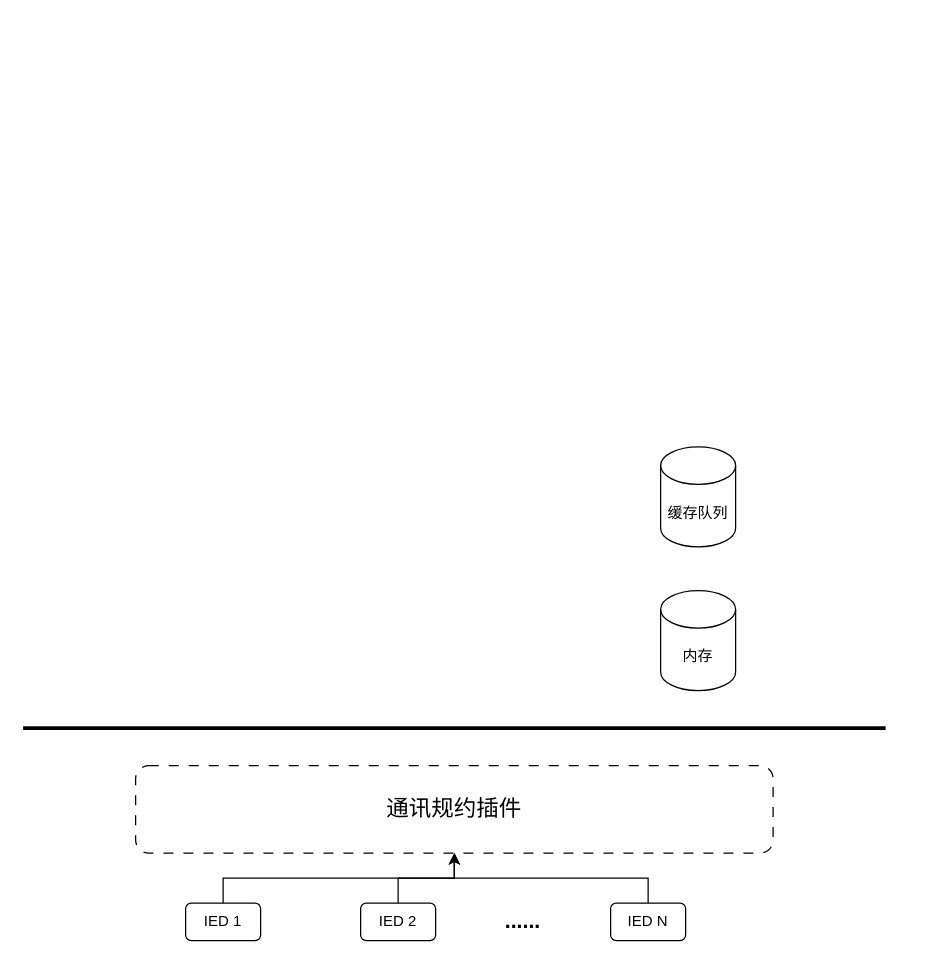
The draw.io diagram 轻量化cbb.drawio in snake9906/GitHubTest, before the edit. Source tidied: cells renumbered, new cells numbered last; positions are measured from the earlier drawing's top-left corner, leaving out a move shared by most shapes. Both pictures are drawn from the tidied source at 125%, with x=0, y=0 at pixel (22, 446).
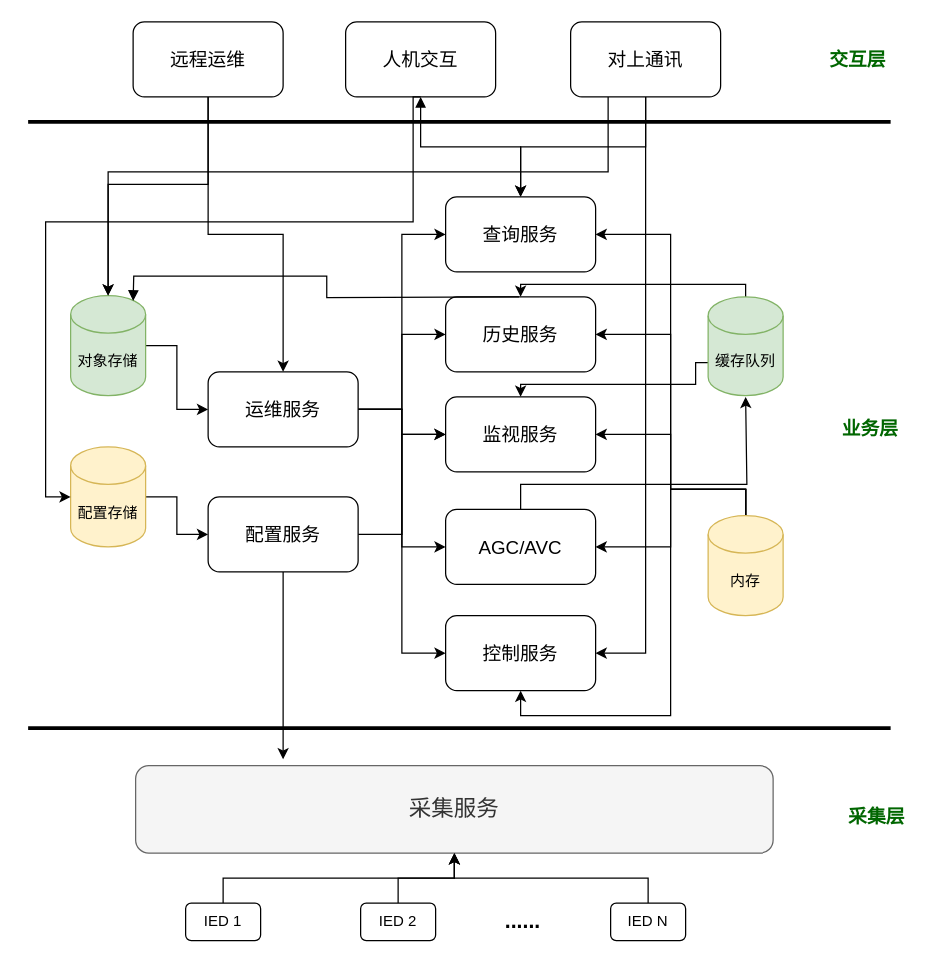
The same page after the edit.

Commit message (it also covers changes not shown here):
更新轻量化cbb.drawio

Diff of the diagram source:
```diff
@@
     <mxCell id="2" style="endArrow=none;html=1;rounded=0;strokeWidth=3;" parent="1" edge="1">
       <mxGeometry relative="1" as="geometry">
-        <mxPoint y="225" as="sourcePoint" />
-        <mxPoint x="690" y="225" as="targetPoint" />
+        <mxPoint x="4" y="225" as="sourcePoint" />
+        <mxPoint x="694" y="225" as="targetPoint" />
       </mxGeometry>
     </mxCell>
-    <mxCell id="3" value="&lt;font style=&quot;font-size: 18px;&quot;&gt;通讯规约插件&lt;/font&gt;" style="rounded=1;whiteSpace=wrap;html=1;shadow=0;glass=0;dashed=1;dashPattern=8 8;" parent="1" vertex="1">
+    <mxCell id="3" value="&lt;font style=&quot;font-size: 18px;&quot;&gt;采集服务&lt;/font&gt;" style="rounded=1;whiteSpace=wrap;html=1;shadow=0;glass=0;fillColor=#f5f5f5;fontColor=#333333;strokeColor=#666666;" parent="1" vertex="1">
       <mxGeometry x="90" y="255" width="510" height="70" as="geometry" />
     </mxCell>
@@
+    <mxCell id="13" style="edgeStyle=orthogonalEdgeStyle;rounded=0;jettySize=auto;html=1;entryX=1;entryY=0.5;entryDx=0;entryDy=0;" parent="1" edge="1" source="11" target="24">
+      <mxGeometry relative="1" as="geometry">
+        <Array as="points">
+          <mxPoint x="518" y="34" />
+          <mxPoint x="518" y="-170" />
+        </Array>
+      </mxGeometry>
+    </mxCell>
+    <mxCell id="14" style="edgeStyle=orthogonalEdgeStyle;rounded=0;jettySize=auto;html=1;entryX=1;entryY=0.5;entryDx=0;entryDy=0;" parent="1" edge="1" source="11" target="34">
+      <mxGeometry relative="1" as="geometry">
+        <Array as="points">
+          <mxPoint x="518" y="34" />
+          <mxPoint x="518" y="-90" />
+        </Array>
+      </mxGeometry>
+    </mxCell>
+    <mxCell id="15" style="edgeStyle=orthogonalEdgeStyle;rounded=0;jettySize=auto;html=1;entryX=1;entryY=0.5;entryDx=0;entryDy=0;" parent="1" edge="1" source="11" target="23">
+      <mxGeometry relative="1" as="geometry">
+        <Array as="points">
+          <mxPoint x="518" y="34" />
+          <mxPoint x="518" y="-10" />
+        </Array>
+      </mxGeometry>
+    </mxCell>
+    <mxCell id="16" style="edgeStyle=orthogonalEdgeStyle;rounded=0;jettySize=auto;html=1;entryX=1;entryY=0.5;entryDx=0;entryDy=0;" parent="1" edge="1" source="11" target="22">
+      <mxGeometry relative="1" as="geometry">
+        <Array as="points">
+          <mxPoint x="518" y="34" />
+          <mxPoint x="518" y="80" />
+        </Array>
+      </mxGeometry>
+    </mxCell>
+    <mxCell id="17" style="edgeStyle=orthogonalEdgeStyle;rounded=0;jettySize=auto;html=1;entryX=0.5;entryY=1;entryDx=0;entryDy=0;" parent="1" edge="1" source="11" target="20">
+      <mxGeometry relative="1" as="geometry">
+        <Array as="points">
+          <mxPoint x="518" y="34" />
+          <mxPoint x="518" y="215" />
+          <mxPoint x="398" y="215" />
+        </Array>
+      </mxGeometry>
+    </mxCell>
-    <mxCell id="11" value="内存" style="shape=cylinder3;whiteSpace=wrap;html=1;boundedLbl=1;backgroundOutline=1;size=15;" parent="1" vertex="1">
-      <mxGeometry x="510" y="115" width="60" height="80" as="geometry" />
+    <mxCell id="11" value="内存" style="shape=cylinder3;whiteSpace=wrap;html=1;boundedLbl=1;backgroundOutline=1;size=15;fillColor=#fff2cc;strokeColor=#d6b656;" parent="1" vertex="1">
+      <mxGeometry x="548" y="55" width="60" height="80" as="geometry" />
     </mxCell>
+    <mxCell id="18" style="edgeStyle=orthogonalEdgeStyle;rounded=0;jettySize=auto;html=1;entryX=0.5;entryY=0;entryDx=0;entryDy=0;exitX=0;exitY=0;exitDx=0;exitDy=52.5;exitPerimeter=0;" parent="1" edge="1" source="12" target="23">
+      <mxGeometry relative="1" as="geometry">
+        <Array as="points">
+          <mxPoint x="538" y="-68" />
+          <mxPoint x="538" y="-50" />
+          <mxPoint x="398" y="-50" />
+        </Array>
+      </mxGeometry>
+    </mxCell>
+    <mxCell id="19" style="edgeStyle=orthogonalEdgeStyle;rounded=0;jettySize=auto;html=1;entryX=0.5;entryY=0;entryDx=0;entryDy=0;" parent="1" edge="1" source="12" target="34">
+      <mxGeometry relative="1" as="geometry">
+        <Array as="points">
+          <mxPoint x="578" y="-130" />
+          <mxPoint x="398" y="-130" />
+        </Array>
+      </mxGeometry>
+    </mxCell>
-    <mxCell id="12" value="缓存队列" style="shape=cylinder3;whiteSpace=wrap;html=1;boundedLbl=1;backgroundOutline=1;size=15;" parent="1" vertex="1">
-      <mxGeometry x="510" width="60" height="80" as="geometry" />
+    <mxCell id="12" value="缓存队列" style="shape=cylinder3;whiteSpace=wrap;html=1;boundedLbl=1;backgroundOutline=1;size=15;fillColor=#d5e8d4;strokeColor=#82b366;" parent="1" vertex="1">
+      <mxGeometry x="548" y="-120" width="60" height="79" as="geometry" />
     </mxCell>
+    <mxCell id="20" value="&lt;font style=&quot;font-size: 15px;&quot;&gt;控制服务&lt;/font&gt;" style="rounded=1;whiteSpace=wrap;html=1;" parent="1" vertex="1">
+      <mxGeometry x="338" y="135" width="120" height="60" as="geometry" />
+    </mxCell>
+    <mxCell id="21" style="edgeStyle=orthogonalEdgeStyle;rounded=0;jettySize=auto;html=1;exitX=0.5;exitY=0;exitDx=0;exitDy=0;" parent="1" edge="1" source="22">
+      <mxGeometry relative="1" as="geometry">
+        <mxPoint x="578" y="-40" as="targetPoint" />
+        <Array as="points">
+          <mxPoint x="398" y="30" />
+          <mxPoint x="579" y="30" />
+        </Array>
+      </mxGeometry>
+    </mxCell>
+    <mxCell id="22" value="&lt;font style=&quot;font-size: 15px;&quot;&gt;AGC/AVC&lt;/font&gt;" style="rounded=1;whiteSpace=wrap;html=1;" parent="1" vertex="1">
+      <mxGeometry x="338" y="50" width="120" height="60" as="geometry" />
+    </mxCell>
+    <mxCell id="23" value="&lt;span style=&quot;font-size: 15px;&quot;&gt;监视服务&lt;/span&gt;" style="rounded=1;whiteSpace=wrap;html=1;" parent="1" vertex="1">
+      <mxGeometry x="338" y="-40" width="120" height="60" as="geometry" />
+    </mxCell>
+    <mxCell id="24" value="&lt;span style=&quot;font-size: 15px;&quot;&gt;查询服务&lt;/span&gt;" style="rounded=1;whiteSpace=wrap;html=1;" parent="1" vertex="1">
+      <mxGeometry x="338" y="-200" width="120" height="60" as="geometry" />
+    </mxCell>
+    <mxCell id="25" style="edgeStyle=orthogonalEdgeStyle;rounded=0;jettySize=auto;html=1;entryX=0;entryY=0.5;entryDx=0;entryDy=0;" parent="1" edge="1" source="30" target="24">
+      <mxGeometry relative="1" as="geometry" />
+    </mxCell>
+    <mxCell id="26" style="edgeStyle=orthogonalEdgeStyle;rounded=0;jettySize=auto;html=1;entryX=0;entryY=0.5;entryDx=0;entryDy=0;" parent="1" edge="1" source="30" target="34">
+      <mxGeometry relative="1" as="geometry" />
+    </mxCell>
+    <mxCell id="27" style="edgeStyle=orthogonalEdgeStyle;rounded=0;jettySize=auto;html=1;entryX=0;entryY=0.5;entryDx=0;entryDy=0;" parent="1" edge="1" source="30" target="23">
+      <mxGeometry relative="1" as="geometry" />
+    </mxCell>
+    <mxCell id="28" style="edgeStyle=orthogonalEdgeStyle;rounded=0;jettySize=auto;html=1;entryX=0;entryY=0.5;entryDx=0;entryDy=0;" parent="1" edge="1" source="30" target="22">
+      <mxGeometry relative="1" as="geometry" />
+    </mxCell>
+    <mxCell id="29" style="edgeStyle=orthogonalEdgeStyle;rounded=0;jettySize=auto;html=1;entryX=0;entryY=0.5;entryDx=0;entryDy=0;" parent="1" edge="1" source="30" target="20">
+      <mxGeometry relative="1" as="geometry" />
+    </mxCell>
+    <mxCell id="30" value="&lt;span style=&quot;font-size: 15px;&quot;&gt;运维服务&lt;/span&gt;" style="rounded=1;whiteSpace=wrap;html=1;" parent="1" vertex="1">
+      <mxGeometry x="148" y="-60" width="120" height="60" as="geometry" />
+    </mxCell>
+    <mxCell id="31" style="edgeStyle=orthogonalEdgeStyle;rounded=0;jettySize=auto;html=1;entryX=0;entryY=0.5;entryDx=0;entryDy=0;" parent="1" edge="1" source="33" target="23">
+      <mxGeometry relative="1" as="geometry" />
+    </mxCell>
+    <mxCell id="32" style="edgeStyle=orthogonalEdgeStyle;rounded=0;jettySize=auto;html=1;" parent="1" edge="1" source="33">
+      <mxGeometry relative="1" as="geometry">
+        <mxPoint x="208" y="250" as="targetPoint" />
+      </mxGeometry>
+    </mxCell>
+    <mxCell id="33" value="&lt;span style=&quot;font-size: 15px;&quot;&gt;配置服务&lt;/span&gt;" style="rounded=1;whiteSpace=wrap;html=1;" parent="1" vertex="1">
+      <mxGeometry x="148" y="40" width="120" height="60" as="geometry" />
+    </mxCell>
+    <mxCell id="34" value="&lt;span style=&quot;font-size: 15px;&quot;&gt;历史服务&lt;/span&gt;" style="rounded=1;whiteSpace=wrap;html=1;" parent="1" vertex="1">
+      <mxGeometry x="338" y="-120" width="120" height="60" as="geometry" />
+    </mxCell>
+    <mxCell id="35" style="edgeStyle=orthogonalEdgeStyle;rounded=0;jettySize=auto;html=1;entryX=0;entryY=0.5;entryDx=0;entryDy=0;" parent="1" edge="1" source="36" target="30">
+      <mxGeometry relative="1" as="geometry" />
+    </mxCell>
+    <mxCell id="36" value="对象存储" style="shape=cylinder3;whiteSpace=wrap;html=1;boundedLbl=1;backgroundOutline=1;size=15;fillColor=#d5e8d4;strokeColor=#82b366;" parent="1" vertex="1">
+      <mxGeometry x="38" y="-121" width="60" height="80" as="geometry" />
+    </mxCell>
+    <mxCell id="37" style="edgeStyle=orthogonalEdgeStyle;rounded=0;jettySize=auto;html=1;entryX=0;entryY=0.5;entryDx=0;entryDy=0;" parent="1" edge="1" source="38" target="33">
+      <mxGeometry relative="1" as="geometry" />
+    </mxCell>
+    <mxCell id="38" value="配置存储" style="shape=cylinder3;whiteSpace=wrap;html=1;boundedLbl=1;backgroundOutline=1;size=15;fillColor=#fff2cc;strokeColor=#d6b656;" parent="1" vertex="1">
+      <mxGeometry x="38" width="60" height="80" as="geometry" />
+    </mxCell>
+    <mxCell id="39" style="endArrow=none;html=1;rounded=0;strokeWidth=3;" parent="1" edge="1">
+      <mxGeometry relative="1" as="geometry">
+        <mxPoint x="4" y="-260" as="sourcePoint" />
+        <mxPoint x="694" y="-260" as="targetPoint" />
+      </mxGeometry>
+    </mxCell>
+    <mxCell id="40" style="edgeStyle=orthogonalEdgeStyle;rounded=0;jettySize=auto;html=1;" parent="1" edge="1" source="42" target="36">
+      <mxGeometry relative="1" as="geometry">
+        <Array as="points">
+          <mxPoint x="148" y="-210" />
+          <mxPoint x="68" y="-210" />
+        </Array>
+      </mxGeometry>
+    </mxCell>
+    <mxCell id="41" style="edgeStyle=orthogonalEdgeStyle;rounded=0;jettySize=auto;html=1;" parent="1" edge="1" source="42" target="30">
+      <mxGeometry relative="1" as="geometry" />
+    </mxCell>
+    <mxCell id="42" value="&lt;span style=&quot;font-size: 15px;&quot;&gt;远程运维&lt;/span&gt;" style="rounded=1;whiteSpace=wrap;html=1;" parent="1" vertex="1">
+      <mxGeometry x="88" y="-340" width="120" height="60" as="geometry" />
+    </mxCell>
+    <mxCell id="43" style="edgeStyle=orthogonalEdgeStyle;rounded=0;jettySize=auto;html=1;entryX=0.5;entryY=0;entryDx=0;entryDy=0;startArrow=block;startFill=1;" parent="1" edge="1" source="44" target="24">
+      <mxGeometry relative="1" as="geometry" />
+    </mxCell>
+    <mxCell id="44" value="&lt;span style=&quot;font-size: 15px;&quot;&gt;人机交互&lt;/span&gt;" style="rounded=1;whiteSpace=wrap;html=1;" parent="1" vertex="1">
+      <mxGeometry x="258" y="-340" width="120" height="60" as="geometry" />
+    </mxCell>
+    <mxCell id="45" style="edgeStyle=orthogonalEdgeStyle;rounded=0;jettySize=auto;html=1;entryX=0;entryY=0.5;entryDx=0;entryDy=0;entryPerimeter=0;exitX=0.5;exitY=1;exitDx=0;exitDy=0;" parent="1" edge="1" source="44" target="38">
+      <mxGeometry relative="1" as="geometry">
+        <Array as="points">
+          <mxPoint x="312" y="-180" />
+          <mxPoint x="18" y="-180" />
+          <mxPoint x="18" y="40" />
+        </Array>
+      </mxGeometry>
+    </mxCell>
+    <mxCell id="46" style="edgeStyle=orthogonalEdgeStyle;rounded=0;jettySize=auto;html=1;entryX=1;entryY=0.5;entryDx=0;entryDy=0;" parent="1" edge="1" source="49" target="20">
+      <mxGeometry relative="1" as="geometry">
+        <Array as="points">
+          <mxPoint x="498" y="165" />
+        </Array>
+      </mxGeometry>
+    </mxCell>
+    <mxCell id="47" style="edgeStyle=orthogonalEdgeStyle;rounded=0;jettySize=auto;html=1;entryX=0.5;entryY=0;entryDx=0;entryDy=0;" parent="1" edge="1" source="49" target="24">
+      <mxGeometry relative="1" as="geometry" />
+    </mxCell>
+    <mxCell id="48" style="edgeStyle=orthogonalEdgeStyle;rounded=0;jettySize=auto;html=1;exitX=0.25;exitY=1;exitDx=0;exitDy=0;" parent="1" edge="1" source="49" target="36">
+      <mxGeometry relative="1" as="geometry">
+        <Array as="points">
+          <mxPoint x="468" y="-220" />
+          <mxPoint x="68" y="-220" />
+        </Array>
+      </mxGeometry>
+    </mxCell>
+    <mxCell id="49" value="&lt;span style=&quot;font-size: 15px;&quot;&gt;对上通讯&lt;/span&gt;" style="rounded=1;whiteSpace=wrap;html=1;" parent="1" vertex="1">
+      <mxGeometry x="438" y="-340" width="120" height="60" as="geometry" />
+    </mxCell>
+    <mxCell id="50" style="edgeStyle=orthogonalEdgeStyle;rounded=0;orthogonalLoop=1;jettySize=auto;html=1;entryX=0.855;entryY=0;entryDx=0;entryDy=4.35;entryPerimeter=0;startArrow=none;startFill=0;endArrow=block;exitX=0.5;exitY=0;exitDx=0;exitDy=0;endFill=1;" parent="1" edge="1">
+      <mxGeometry relative="1" as="geometry">
+        <mxPoint x="396.7" y="-120" as="sourcePoint" />
+        <mxPoint x="88" y="-116.7" as="targetPoint" />
+      </mxGeometry>
+    </mxCell>
+    <mxCell id="51" value="&lt;font style=&quot;font-size: 15px; color: rgb(0, 102, 0);&quot;&gt;&lt;b&gt;&lt;font style=&quot;&quot;&gt;采&lt;/font&gt;集层&lt;/b&gt;&lt;/font&gt;" style="text;html=1;align=center;verticalAlign=middle;whiteSpace=wrap;rounded=0;" parent="1" vertex="1">
+      <mxGeometry x="653" y="280" width="60" height="30" as="geometry" />
+    </mxCell>
+    <mxCell id="52" value="&lt;font style=&quot;font-size: 15px; color: rgb(0, 102, 0);&quot;&gt;&lt;b&gt;业务层&lt;/b&gt;&lt;/font&gt;" style="text;html=1;align=center;verticalAlign=middle;whiteSpace=wrap;rounded=0;" parent="1" vertex="1">
+      <mxGeometry x="648" y="-30" width="60" height="30" as="geometry" />
+    </mxCell>
+    <mxCell id="53" value="&lt;font style=&quot;font-size: 15px; color: rgb(0, 102, 0);&quot;&gt;&lt;b&gt;交互层&lt;/b&gt;&lt;/font&gt;" style="text;html=1;align=center;verticalAlign=middle;whiteSpace=wrap;rounded=0;" parent="1" vertex="1">
+      <mxGeometry x="638" y="-325" width="60" height="30" as="geometry" />
+    </mxCell>
```
